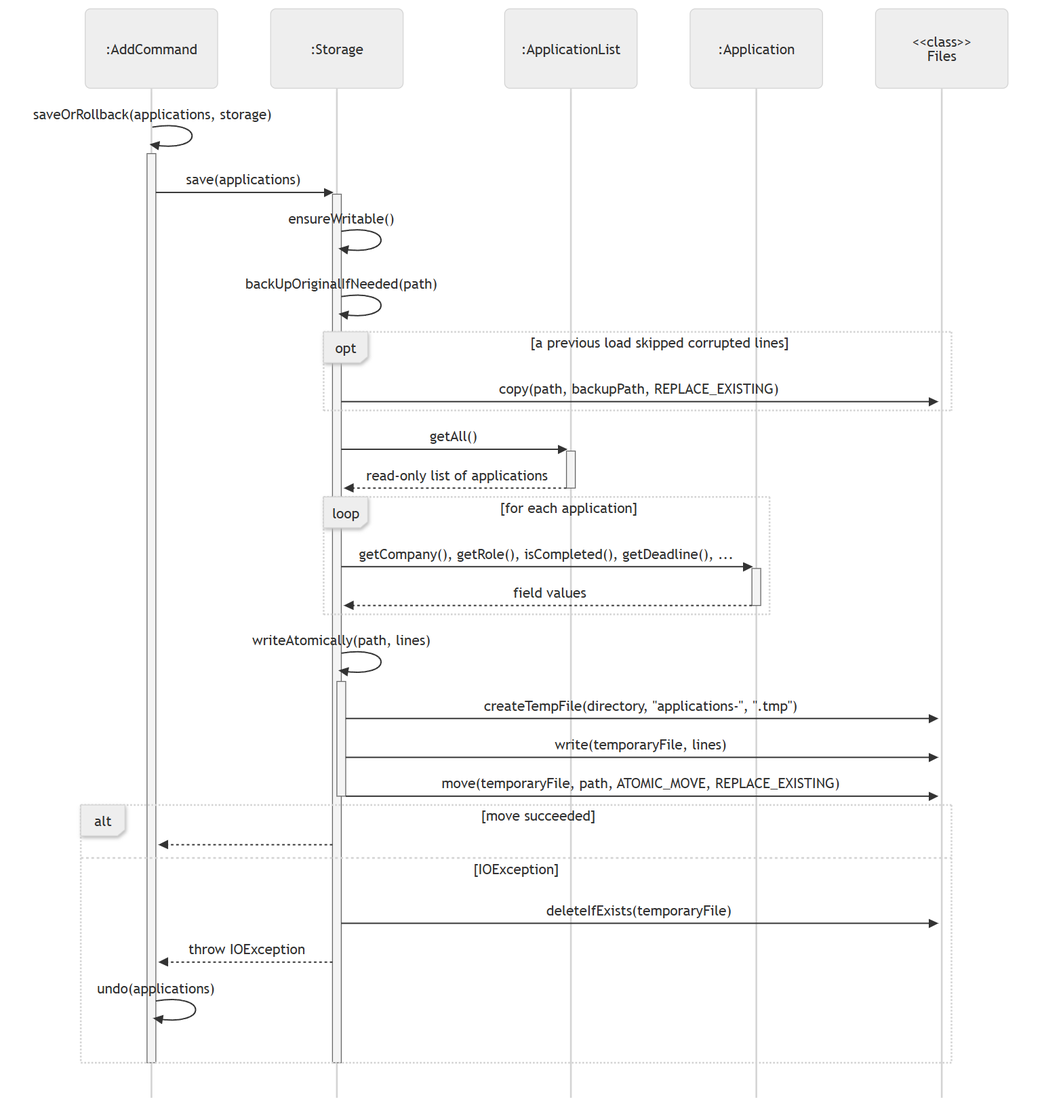
Before: docs/diagrams/storage-save-sequence.png, a diagram exported from Mermaid (AY2627S1-CS2113-T10-2/tp). Its source is kept beside it as docs/diagrams/sources/storage-save-sequence.mmd.
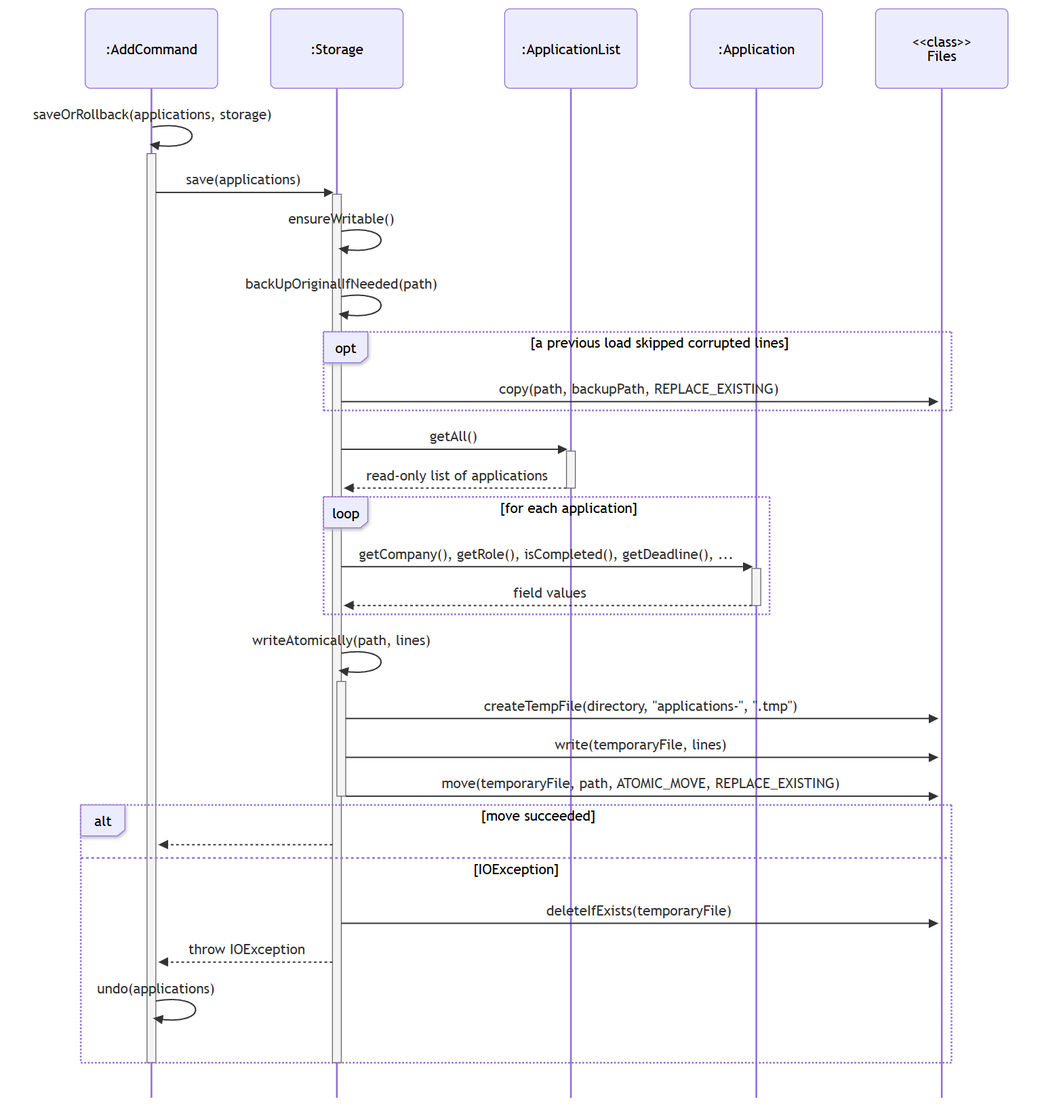
The same file after the commit.

What changed in the source:
```diff
@@ -1,4 +1,4 @@
-%%{init: {'theme': 'neutral', 'sequence': {'mirrorActors': false, 'actorMargin': 60, 'messageMargin': 28}}}%%
+%%{init: {'theme': 'default', 'sequence': {'mirrorActors': false, 'actorMargin': 60, 'messageMargin': 28}}}%%
 sequenceDiagram
     participant cmd as :AddCommand
     participant storage as :Storage
```
